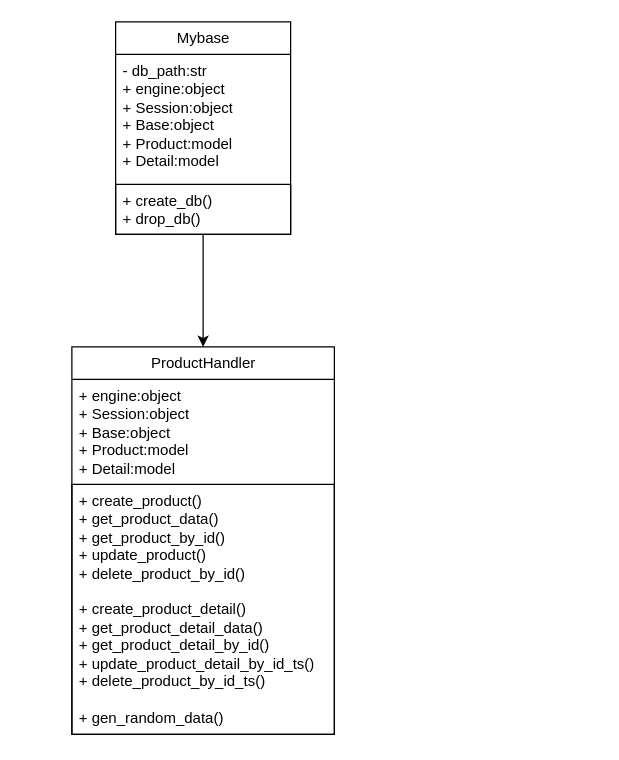
Above: erp.drawio in codeotter0201/streamlit-sqlite-erp (draw.io), before the change. Source tidied: cells renumbered, new cells numbered last; positions are measured from the earlier drawing's top-left corner, leaving out a move shared by most shapes. Both pictures are drawn from the tidied source at 125%, with x=0, y=0 at pixel (71, 21).
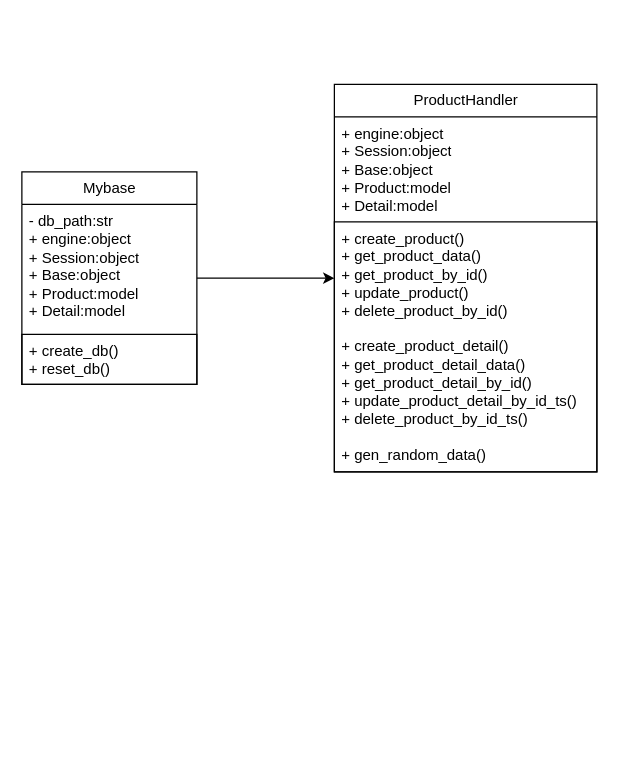
After the change.

The edit, as a diff of the source:
```diff
@@
 <mxGraphModel>
   <root>
     <mxCell id="0" />
     <mxCell id="1" parent="0" />
     <mxCell id="2" style="edgeStyle=none;html=1;" parent="1" edge="1" source="3" target="6">
       <mxGeometry relative="1" as="geometry" />
     </mxCell>
     <mxCell id="3" value="Mybase" style="swimlane;fontStyle=0;horizontal=1;startSize=26;fillColor=none;html=1;" parent="1" vertex="1">
-      <mxGeometry x="35" width="140" height="170" as="geometry" />
+      <mxGeometry x="-40" y="120" width="140" height="170" as="geometry" />
     </mxCell>
     <mxCell id="4" value="- db_path:str&lt;br&gt;+ engine:object&lt;br&gt;+ Session:object&lt;br&gt;+ Base:object&lt;br&gt;+ Product:model&lt;br&gt;+ Detail:model" style="text;strokeColor=none;fillColor=none;align=left;verticalAlign=top;spacingLeft=4;spacingRight=4;overflow=hidden;whiteSpace=wrap;html=1;" parent="3" vertex="1">
       <mxGeometry y="26" width="140" height="104" as="geometry" />
     </mxCell>
-    <mxCell id="5" value="+ create_db()&lt;br&gt;+ drop_db()" style="text;strokeColor=default;fillColor=none;align=left;verticalAlign=top;spacingLeft=4;spacingRight=4;overflow=hidden;whiteSpace=wrap;html=1;" parent="3" vertex="1">
+    <mxCell id="5" value="+ create_db()&lt;br&gt;+ reset_db()" style="text;strokeColor=default;fillColor=none;align=left;verticalAlign=top;spacingLeft=4;spacingRight=4;overflow=hidden;whiteSpace=wrap;html=1;" parent="3" vertex="1">
       <mxGeometry y="130" width="140" height="40" as="geometry" />
     </mxCell>
     <mxCell id="6" value="ProductHandler" style="swimlane;fontStyle=0;horizontal=1;startSize=26;fillColor=none;html=1;" parent="1" vertex="1">
-      <mxGeometry y="260" width="210" height="310" as="geometry" />
+      <mxGeometry x="210" y="50" width="210" height="310" as="geometry" />
     </mxCell>
     <mxCell id="7" value="+ engine:object&lt;br&gt;+ Session:object&lt;br&gt;+ Base:object&lt;br&gt;+ Product:model&lt;br&gt;+ Detail:model" style="text;strokeColor=none;fillColor=none;align=left;verticalAlign=top;spacingLeft=4;spacingRight=4;overflow=hidden;whiteSpace=wrap;html=1;" parent="6" vertex="1">
       <mxGeometry y="26" width="210" height="84" as="geometry" />
     </mxCell>
     <mxCell id="8" value="+ create_product()&lt;br&gt;+ get_product_data()&lt;br&gt;+ get_product_by_id()&lt;br&gt;+ update_product()&lt;br&gt;+ delete_product_by_id()&lt;br&gt;&lt;br&gt;+ create_product_detail()&lt;br&gt;+ get_product_detail_data()&lt;br&gt;+ get_product_detail_by_id()&lt;br&gt;+ update_product_detail_by_id_ts()&lt;br&gt;+ delete_product_by_id_ts()&lt;br&gt;&lt;br&gt;+ gen_random_data()" style="text;strokeColor=default;fillColor=none;align=left;verticalAlign=top;spacingLeft=4;spacingRight=4;overflow=hidden;whiteSpace=wrap;html=1;" parent="6" vertex="1">
       <mxGeometry y="110" width="210" height="200" as="geometry" />
     </mxCell>
   </root>
 </mxGraphModel>
```
